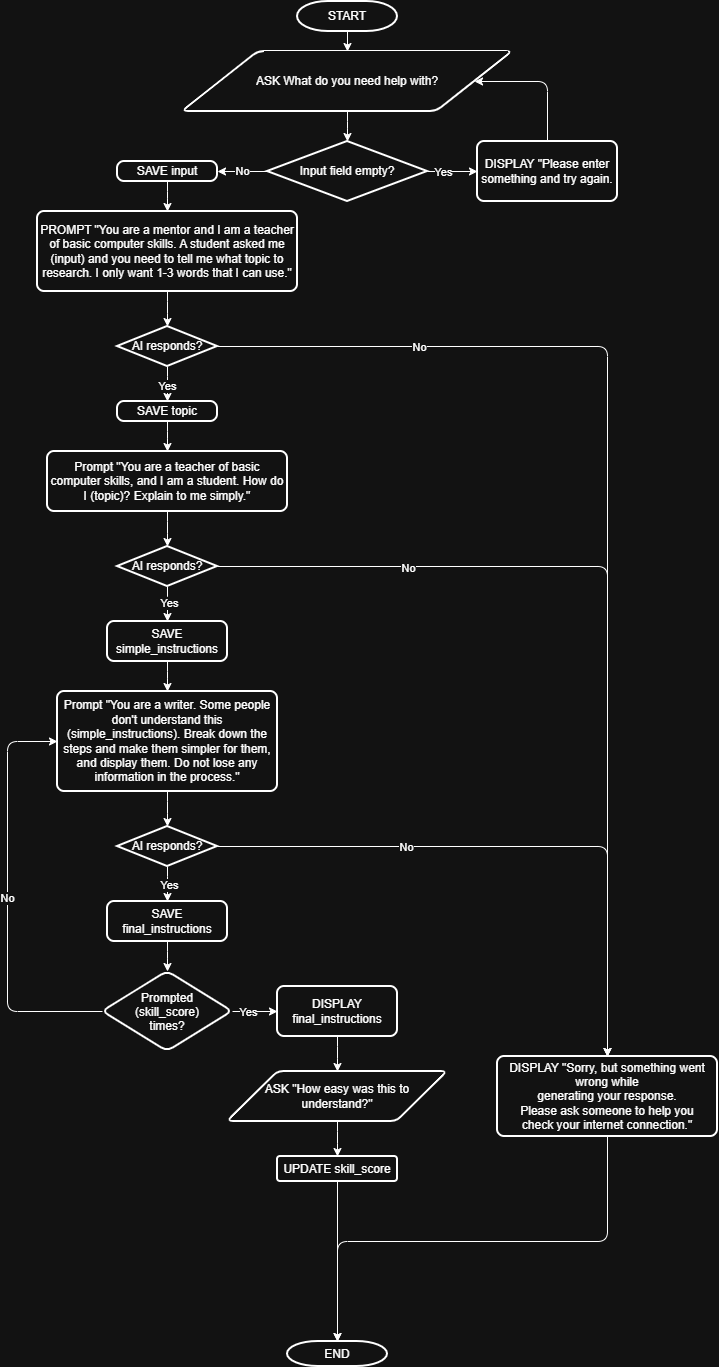
Earlier version of the draw.io export Day4/flowchart.png (picturecube/AIBootcamp). Source tidied: cells renumbered, new cells last; positions are measured from the earlier drawing's top-left corner, leaving out a move shared by most shapes.
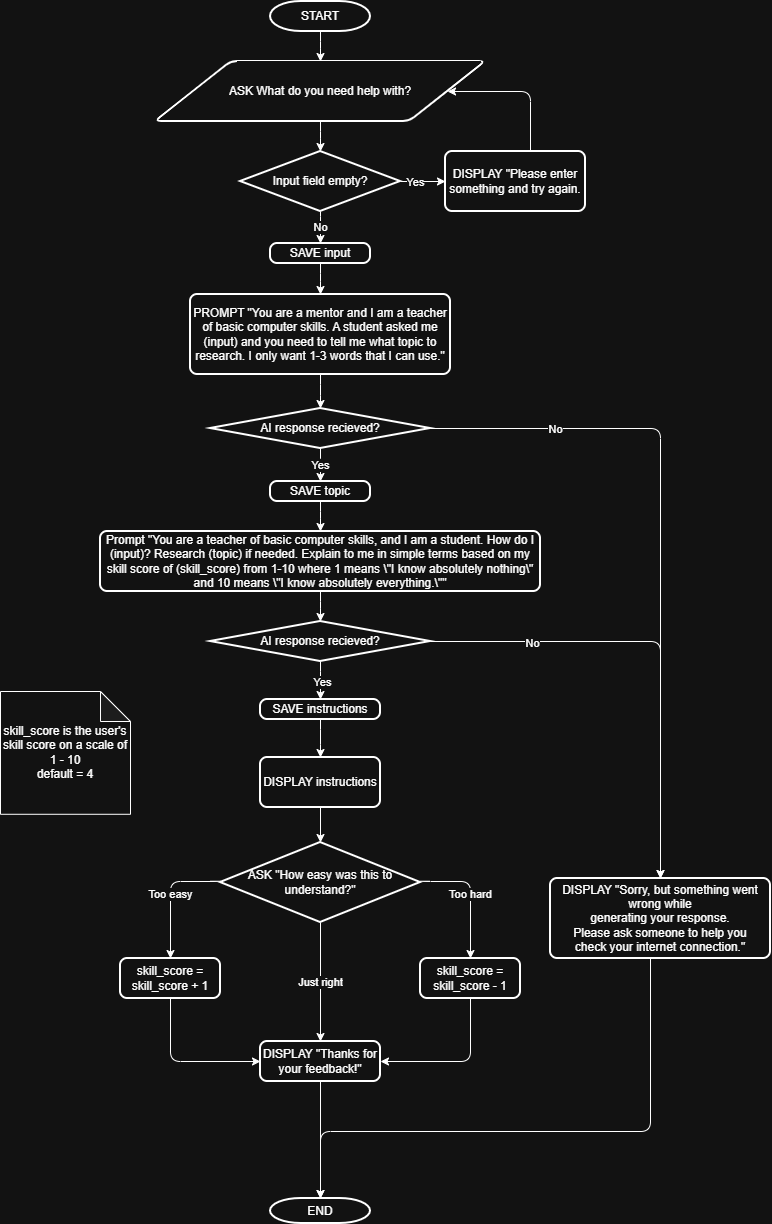
Above is the later version.

Commit message:
made the flowchart and pseudocode simpler, made the document name better, and added the feedback screen to the app sketch

Diff of the diagram source:
```diff
@@ -6,16 +6,21 @@
       <mxGeometry relative="1" as="geometry" />
     </mxCell>
     <mxCell id="3" value="START" style="strokeWidth=2;html=1;shape=mxgraph.flowchart.terminator;whiteSpace=wrap;" parent="1" vertex="1">
-      <mxGeometry x="290" width="100" height="30" as="geometry" />
+      <mxGeometry x="280" y="-80" width="100" height="30" as="geometry" />
     </mxCell>
     <mxCell id="4" value="ASK What do you need help with?" style="shape=parallelogram;html=1;strokeWidth=2;perimeter=parallelogramPerimeter;whiteSpace=wrap;rounded=1;arcSize=12;size=0.23;" parent="1" vertex="1">
-      <mxGeometry x="175" y="50" width="330" height="60" as="geometry" />
+      <mxGeometry x="165" y="-20" width="330" height="60" as="geometry" />
     </mxCell>
-    <mxCell id="5" value="No" style="edgeStyle=orthogonalEdgeStyle;rounded=1;jettySize=auto;html=1;entryX=1;entryY=0.5;entryDx=0;entryDy=0;curved=0;" parent="1" edge="1" source="6" target="9">
-      <mxGeometry relative="1" as="geometry" />
+    <mxCell id="5" value="No" style="edgeStyle=orthogonalEdgeStyle;rounded=1;jettySize=auto;html=1;entryX=0.5;entryY=0;entryDx=0;entryDy=0;curved=0;exitX=0.5;exitY=1;exitDx=0;exitDy=0;exitPerimeter=0;" parent="1" edge="1" source="6" target="9">
+      <mxGeometry relative="1" as="geometry">
+        <Array as="points">
+          <mxPoint x="330" y="140" />
+          <mxPoint x="330" y="140" />
+        </Array>
+      </mxGeometry>
     </mxCell>
     <mxCell id="6" value="Input field empty?" style="strokeWidth=2;html=1;shape=mxgraph.flowchart.decision;whiteSpace=wrap;" parent="1" vertex="1">
-      <mxGeometry x="260" y="140" width="160" height="60" as="geometry" />
+      <mxGeometry x="250" y="70" width="160" height="60" as="geometry" />
     </mxCell>
     <mxCell id="7" style="edgeStyle=orthogonalEdgeStyle;rounded=1;jettySize=auto;html=1;entryX=0.5;entryY=0;entryDx=0;entryDy=0;entryPerimeter=0;curved=0;" parent="1" edge="1" source="4" target="6">
       <mxGeometry relative="1" as="geometry" />
@@ -24,76 +29,57 @@
       <mxGeometry relative="1" as="geometry" />
     </mxCell>
     <mxCell id="9" value="SAVE input" style="rounded=1;whiteSpace=wrap;html=1;absoluteArcSize=1;arcSize=14;strokeWidth=2;" parent="1" vertex="1">
-      <mxGeometry x="110" y="160" width="100" height="20" as="geometry" />
+      <mxGeometry x="280" y="162" width="100" height="20" as="geometry" />
     </mxCell>
     <mxCell id="10" style="edgeStyle=orthogonalEdgeStyle;rounded=1;jettySize=auto;html=1;curved=0;" parent="1" edge="1" source="11" target="39">
       <mxGeometry relative="1" as="geometry" />
     </mxCell>
     <mxCell id="11" value="PROMPT &quot;You are a mentor and I am a teacher of basic computer skills. A student asked me (input) and you need to tell me what topic to research. I only want 1-3 words that I can use.&quot;" style="rounded=1;whiteSpace=wrap;html=1;absoluteArcSize=1;arcSize=14;strokeWidth=2;" parent="1" vertex="1">
-      <mxGeometry x="30" y="210" width="260" height="80" as="geometry" />
+      <mxGeometry x="200" y="213" width="260" height="80" as="geometry" />
     </mxCell>
     <mxCell id="12" style="edgeStyle=orthogonalEdgeStyle;rounded=1;jettySize=auto;html=1;curved=0;" parent="1" edge="1" source="13" target="15">
       <mxGeometry relative="1" as="geometry" />
     </mxCell>
     <mxCell id="13" value="SAVE topic" style="rounded=1;whiteSpace=wrap;html=1;absoluteArcSize=1;arcSize=14;strokeWidth=2;" parent="1" vertex="1">
-      <mxGeometry x="110" y="400" width="100" height="20" as="geometry" />
+      <mxGeometry x="280" y="400" width="100" height="20" as="geometry" />
     </mxCell>
     <mxCell id="14" style="edgeStyle=orthogonalEdgeStyle;rounded=1;jettySize=auto;html=1;curved=0;" parent="1" edge="1" source="15" target="44">
       <mxGeometry relative="1" as="geometry" />
     </mxCell>
-    <mxCell id="15" value="Prompt &quot;You are a teacher of basic computer skills, and I am a student. How do I (topic)? Explain to me simply.&quot;" style="whiteSpace=wrap;html=1;rounded=1;absoluteArcSize=1;arcSize=14;strokeWidth=2;" parent="1" vertex="1">
-      <mxGeometry x="40" y="450" width="240" height="60" as="geometry" />
+    <mxCell id="15" value="Prompt &quot;You are a teacher of basic computer skills, and I am a student. How do I (input)? Research (topic) if needed. Explain to me in simple terms based on my skill score of (skill_score) from 1-10 where 1 means \&quot;I know absolutely nothing\&quot; and 10 means \&quot;I know absolutely everything.\&quot;&quot;" style="whiteSpace=wrap;html=1;rounded=1;absoluteArcSize=1;arcSize=14;strokeWidth=2;" parent="1" vertex="1">
+      <mxGeometry x="110" y="450" width="440" height="60" as="geometry" />
     </mxCell>
-    <mxCell id="16" style="edgeStyle=orthogonalEdgeStyle;rounded=1;jettySize=auto;html=1;curved=0;" parent="1" edge="1" source="17" target="19">
+    <mxCell id="16" style="edgeStyle=orthogonalEdgeStyle;rounded=1;jettySize=auto;html=1;curved=0;entryX=0.5;entryY=0;entryDx=0;entryDy=0;" parent="1" edge="1" source="17" target="26">
       <mxGeometry relative="1" as="geometry" />
     </mxCell>
-    <mxCell id="17" value="SAVE simple_instructions" style="whiteSpace=wrap;html=1;rounded=1;absoluteArcSize=1;arcSize=14;strokeWidth=2;" parent="1" vertex="1">
-      <mxGeometry x="100" y="620" width="120" height="40" as="geometry" />
+    <mxCell id="17" value="SAVE instructions" style="whiteSpace=wrap;html=1;rounded=1;absoluteArcSize=1;arcSize=14;strokeWidth=2;" parent="1" vertex="1">
+      <mxGeometry x="270" y="618" width="120" height="20" as="geometry" />
     </mxCell>
-    <mxCell id="18" style="edgeStyle=orthogonalEdgeStyle;rounded=1;jettySize=auto;html=1;curved=0;" parent="1" edge="1" source="19" target="49">
-      <mxGeometry relative="1" as="geometry" />
-    </mxCell>
-    <mxCell id="19" value="Prompt &quot;You are a writer. Some people don't understand this (simple_instructions). Break down the steps and make them simpler for them, and display them. Do not lose any information in the process.&quot;" style="whiteSpace=wrap;html=1;rounded=1;absoluteArcSize=1;arcSize=14;strokeWidth=2;" parent="1" vertex="1">
-      <mxGeometry x="50" y="690" width="220" height="100" as="geometry" />
-    </mxCell>
-    <mxCell id="20" style="edgeStyle=orthogonalEdgeStyle;rounded=1;jettySize=auto;html=1;curved=0;" parent="1" edge="1" source="21" target="25">
-      <mxGeometry relative="1" as="geometry" />
-    </mxCell>
-    <mxCell id="21" value="SAVE final_instructions" style="whiteSpace=wrap;html=1;rounded=1;absoluteArcSize=1;arcSize=14;strokeWidth=2;" parent="1" vertex="1">
-      <mxGeometry x="100" y="900" width="120" height="40" as="geometry" />
-    </mxCell>
-    <mxCell id="22" value="No" style="edgeStyle=orthogonalEdgeStyle;rounded=1;jettySize=auto;html=1;entryX=0;entryY=0.5;entryDx=0;entryDy=0;curved=0;" parent="1" edge="1" source="25" target="19">
-      <mxGeometry relative="1" as="geometry">
-        <Array as="points">
-          <mxPoint y="1010" />
-          <mxPoint y="740" />
-        </Array>
-      </mxGeometry>
-    </mxCell>
-    <mxCell id="23" style="edgeStyle=orthogonalEdgeStyle;rounded=1;jettySize=auto;html=1;curved=0;" parent="1" edge="1" source="25" target="26">
-      <mxGeometry relative="1" as="geometry" />
-    </mxCell>
-    <mxCell id="24" value="Yes" style="edgeLabel;html=1;align=center;verticalAlign=middle;" parent="23" vertex="1">
-      <mxGeometry x="-0.35" relative="1" as="geometry" />
-    </mxCell>
-    <mxCell id="25" value="Prompted (skill_score) times?" style="rhombus;whiteSpace=wrap;html=1;shapeInside=1;rounded=1;absoluteArcSize=1;arcSize=14;strokeWidth=2;" parent="1" vertex="1">
-      <mxGeometry x="95" y="970" width="130" height="80" as="geometry" />
-    </mxCell>
-    <mxCell id="26" value="DISPLAY final_instructions" style="whiteSpace=wrap;html=1;rounded=1;absoluteArcSize=1;arcSize=14;strokeWidth=2;" parent="1" vertex="1">
-      <mxGeometry x="270" y="985" width="120" height="50" as="geometry" />
+    <mxCell id="26" value="DISPLAY instructions" style="whiteSpace=wrap;html=1;rounded=1;absoluteArcSize=1;arcSize=14;strokeWidth=2;" parent="1" vertex="1">
+      <mxGeometry x="270" y="676" width="120" height="50" as="geometry" />
     </mxCell>
-    <mxCell id="27" style="edgeStyle=orthogonalEdgeStyle;rounded=1;jettySize=auto;html=1;curved=0;" parent="1" edge="1" source="28" target="30">
-      <mxGeometry relative="1" as="geometry" />
-    </mxCell>
+    <mxCell id="54" value="Too easy" style="edgeStyle=orthogonalEdgeStyle;rounded=1;jettySize=auto;html=1;entryX=0.5;entryY=0;entryDx=0;entryDy=0;curved=0;exitX=0;exitY=0.5;exitDx=0;exitDy=0;exitPerimeter=0;" parent="1" edge="1" source="28" target="59">
+      <mxGeometry relative="1" as="geometry">
+        <Array as="points">
+          <mxPoint x="230" y="800" />
+          <mxPoint x="180" y="800" />
+        </Array>
+      </mxGeometry>
+    </mxCell>
+    <mxCell id="55" value="Too hard" style="edgeStyle=orthogonalEdgeStyle;rounded=1;jettySize=auto;html=1;curved=0;exitX=1;exitY=0.5;exitDx=0;exitDy=0;exitPerimeter=0;entryX=0.5;entryY=0;entryDx=0;entryDy=0;" parent="1" edge="1" source="28" target="61">
+      <mxGeometry relative="1" as="geometry">
+        <Array as="points">
+          <mxPoint x="430" y="800" />
+          <mxPoint x="480" y="800" />
+        </Array>
+      </mxGeometry>
+    </mxCell>
+    <mxCell id="56" value="Just right" style="edgeStyle=orthogonalEdgeStyle;rounded=0;jettySize=auto;html=1;entryX=0.5;entryY=0;entryDx=0;entryDy=0;" parent="1" edge="1" source="28" target="62">
+      <mxGeometry relative="1" as="geometry" />
+    </mxCell>
-    <mxCell id="28" value="ASK &quot;How easy was this to understand?&quot;" style="shape=parallelogram;html=1;strokeWidth=2;perimeter=parallelogramPerimeter;whiteSpace=wrap;rounded=1;arcSize=12;size=0.23;" parent="1" vertex="1">
-      <mxGeometry x="220" y="1070" width="220" height="50" as="geometry" />
+    <mxCell id="28" value="ASK &quot;How easy was this to understand?&quot;" style="shape=mxgraph.flowchart.decision;html=1;strokeWidth=2;whiteSpace=wrap;rounded=1;arcSize=12;size=0.23;" parent="1" vertex="1">
+      <mxGeometry x="230" y="761" width="200" height="80" as="geometry" />
     </mxCell>
-    <mxCell id="29" style="edgeStyle=orthogonalEdgeStyle;rounded=1;jettySize=auto;html=1;curved=0;" parent="1" edge="1" source="26" target="28">
-      <mxGeometry relative="1" as="geometry" />
-    </mxCell>
-    <mxCell id="30" value="UPDATE skill_score" style="whiteSpace=wrap;html=1;strokeWidth=2;rounded=1;arcSize=12;" parent="1" vertex="1">
-      <mxGeometry x="270" y="1155" width="120" height="25" as="geometry" />
-    </mxCell>
     <mxCell id="31" style="edgeStyle=orthogonalEdgeStyle;rounded=1;jettySize=auto;html=1;entryX=1;entryY=0.5;entryDx=0;entryDy=0;curved=0;" parent="1" edge="1" source="32" target="4">
       <mxGeometry relative="1" as="geometry">
         <Array as="points">
@@ -102,7 +88,7 @@
       </mxGeometry>
     </mxCell>
     <mxCell id="32" value="DISPLAY &quot;Please enter something and try again." style="rounded=1;whiteSpace=wrap;html=1;absoluteArcSize=1;arcSize=14;strokeWidth=2;" parent="1" vertex="1">
-      <mxGeometry x="470" y="140" width="140" height="60" as="geometry" />
+      <mxGeometry x="455" y="70" width="140" height="60" as="geometry" />
     </mxCell>
     <mxCell id="33" style="edgeStyle=orthogonalEdgeStyle;rounded=1;jettySize=auto;html=1;curved=0;" parent="1" edge="1" source="6" target="32">
       <mxGeometry relative="1" as="geometry" />
@@ -122,8 +108,8 @@
     <mxCell id="38" value="No" style="edgeLabel;html=1;align=center;verticalAlign=middle;" parent="37" vertex="1">
       <mxGeometry x="-0.63" relative="1" as="geometry" />
     </mxCell>
-    <mxCell id="39" value="AI responds?" style="strokeWidth=2;html=1;shape=mxgraph.flowchart.decision;whiteSpace=wrap;" parent="1" vertex="1">
-      <mxGeometry x="110" y="325" width="100" height="40" as="geometry" />
+    <mxCell id="39" value="AI response recieved?" style="strokeWidth=2;html=1;shape=mxgraph.flowchart.decision;whiteSpace=wrap;" parent="1" vertex="1">
+      <mxGeometry x="220" y="327" width="220" height="40" as="geometry" />
     </mxCell>
     <mxCell id="40" style="edgeStyle=orthogonalEdgeStyle;rounded=1;jettySize=auto;html=1;curved=0;" parent="1" edge="1" source="44" target="17">
       <mxGeometry relative="1" as="geometry" />
@@ -137,40 +123,54 @@
     <mxCell id="43" value="No" style="edgeLabel;html=1;align=center;verticalAlign=middle;" parent="42" vertex="1">
       <mxGeometry x="-0.57" y="-1" relative="1" as="geometry" />
     </mxCell>
-    <mxCell id="44" value="AI responds?" style="strokeWidth=2;html=1;shape=mxgraph.flowchart.decision;whiteSpace=wrap;" parent="1" vertex="1">
-      <mxGeometry x="110" y="545" width="100" height="40" as="geometry" />
+    <mxCell id="44" value="AI response recieved?" style="strokeWidth=2;html=1;shape=mxgraph.flowchart.decision;whiteSpace=wrap;" parent="1" vertex="1">
+      <mxGeometry x="220" y="540" width="220" height="40" as="geometry" />
     </mxCell>
-    <mxCell id="45" style="edgeStyle=orthogonalEdgeStyle;rounded=1;jettySize=auto;html=1;curved=0;" parent="1" edge="1" source="49" target="21">
-      <mxGeometry relative="1" as="geometry" />
-    </mxCell>
-    <mxCell id="46" value="Yes" style="edgeLabel;html=1;align=center;verticalAlign=middle;" parent="45" vertex="1">
-      <mxGeometry x="0.23" y="1" relative="1" as="geometry" />
-    </mxCell>
-    <mxCell id="47" style="edgeStyle=orthogonalEdgeStyle;rounded=1;jettySize=auto;html=1;curved=0;entryX=0.5;entryY=0;entryDx=0;entryDy=0;" parent="1" edge="1" source="49" target="52">
-      <mxGeometry relative="1" as="geometry" />
-    </mxCell>
-    <mxCell id="48" value="No" style="edgeLabel;html=1;align=center;verticalAlign=middle;" parent="47" vertex="1">
-      <mxGeometry x="-0.37" relative="1" as="geometry" />
-    </mxCell>
-    <mxCell id="49" value="AI responds?" style="strokeWidth=2;html=1;shape=mxgraph.flowchart.decision;whiteSpace=wrap;" parent="1" vertex="1">
-      <mxGeometry x="110" y="825" width="100" height="40" as="geometry" />
-    </mxCell>
     <mxCell id="50" value="END" style="strokeWidth=2;html=1;shape=mxgraph.flowchart.terminator;whiteSpace=wrap;" parent="1" vertex="1">
-      <mxGeometry x="280" y="1340" width="100" height="25" as="geometry" />
+      <mxGeometry x="280" y="1117" width="100" height="25" as="geometry" />
     </mxCell>
-    <mxCell id="51" style="edgeStyle=orthogonalEdgeStyle;rounded=1;jettySize=auto;html=1;curved=0;" parent="1" edge="1" source="30" target="50">
-      <mxGeometry relative="1" as="geometry" />
-    </mxCell>
     <mxCell id="52" value="DISPLAY &quot;&lt;span style=&quot;background-color: transparent;&quot;&gt;Sorry, but something went wrong while&lt;/span&gt;&lt;div&gt;generating your response.&lt;/div&gt;&lt;div&gt;Please ask someone to help you&lt;/div&gt;&lt;div&gt;check your internet connection.&quot;&lt;/div&gt;" style="rounded=1;whiteSpace=wrap;html=1;absoluteArcSize=1;arcSize=14;strokeWidth=2;" parent="1" vertex="1">
-      <mxGeometry x="490" y="1055" width="220" height="80" as="geometry" />
+      <mxGeometry x="560" y="797" width="220" height="80" as="geometry" />
     </mxCell>
     <mxCell id="53" style="edgeStyle=orthogonalEdgeStyle;rounded=1;jettySize=auto;html=1;entryX=0.5;entryY=0;entryDx=0;entryDy=0;entryPerimeter=0;curved=0;" parent="1" edge="1" source="52" target="50">
       <mxGeometry relative="1" as="geometry">
         <Array as="points">
-          <mxPoint x="600" y="1240" />
-          <mxPoint x="330" y="1240" />
+          <mxPoint x="660" y="1050" />
+          <mxPoint x="330" y="1050" />
         </Array>
       </mxGeometry>
     </mxCell>
+    <mxCell id="57" value="skill_score is the user's skill score on a scale of 1 - 10&lt;div&gt;default = 4&lt;/div&gt;" style="shape=note;whiteSpace=wrap;html=1;backgroundOutline=1;darkOpacity=0.05;size=30;" parent="1" vertex="1">
+      <mxGeometry x="10" y="610" width="130" height="122.8" as="geometry" />
+    </mxCell>
+    <mxCell id="29" style="edgeStyle=orthogonalEdgeStyle;rounded=1;jettySize=auto;html=1;curved=0;exitX=0.5;exitY=1;exitDx=0;exitDy=0;entryX=0.5;entryY=0;entryDx=0;entryDy=0;" parent="1" edge="1" source="26" target="28">
+      <mxGeometry relative="1" as="geometry" />
+    </mxCell>
+    <mxCell id="58" style="edgeStyle=orthogonalEdgeStyle;rounded=1;jettySize=auto;html=1;entryX=0;entryY=0.5;entryDx=0;entryDy=0;curved=0;" parent="1" edge="1" source="59" target="62">
+      <mxGeometry relative="1" as="geometry">
+        <Array as="points">
+          <mxPoint x="180" y="980" />
+        </Array>
+      </mxGeometry>
+    </mxCell>
+    <mxCell id="59" value="skill_score =&lt;div&gt;skill_score + 1&lt;/div&gt;" style="rounded=1;whiteSpace=wrap;html=1;absoluteArcSize=1;arcSize=14;strokeWidth=2;" parent="1" vertex="1">
+      <mxGeometry x="130" y="877" width="100" height="40" as="geometry" />
+    </mxCell>
+    <mxCell id="60" style="edgeStyle=orthogonalEdgeStyle;rounded=1;jettySize=auto;html=1;entryX=1;entryY=0.5;entryDx=0;entryDy=0;curved=0;" parent="1" edge="1" source="61" target="62">
+      <mxGeometry relative="1" as="geometry">
+        <Array as="points">
+          <mxPoint x="480" y="980" />
+        </Array>
+      </mxGeometry>
+    </mxCell>
+    <mxCell id="61" value="skill_score =&lt;div&gt;skill_score - 1&lt;/div&gt;" style="rounded=1;whiteSpace=wrap;html=1;absoluteArcSize=1;arcSize=14;strokeWidth=2;" parent="1" vertex="1">
+      <mxGeometry x="430" y="877" width="100" height="40" as="geometry" />
+    </mxCell>
+    <mxCell id="62" value="DISPLAY &quot;Thanks for your feedback!&quot;" style="rounded=1;whiteSpace=wrap;html=1;absoluteArcSize=1;arcSize=14;strokeWidth=2;" parent="1" vertex="1">
+      <mxGeometry x="270" y="960" width="120" height="40" as="geometry" />
+    </mxCell>
+    <mxCell id="63" style="edgeStyle=orthogonalEdgeStyle;rounded=0;jettySize=auto;html=1;entryX=0.5;entryY=0;entryDx=0;entryDy=0;entryPerimeter=0;" parent="1" edge="1" source="62" target="50">
+      <mxGeometry relative="1" as="geometry" />
+    </mxCell>
   </root>
 </mxGraphModel>
```
